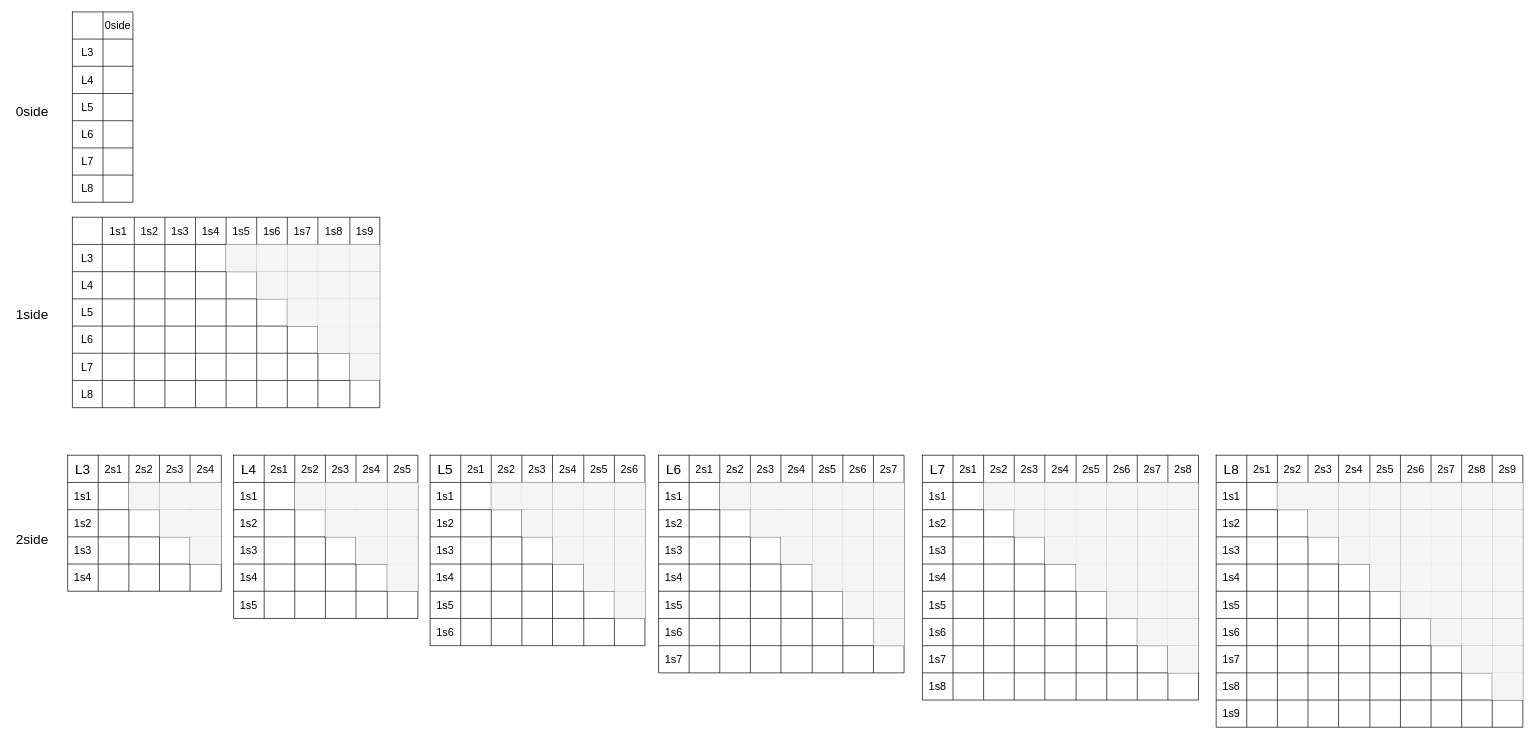
Earlier version of the draw.io diagram page "012side" (1 of 7) of Drawio/doc3d/觀察 I_to_M Pyr_Tcrop_size255_pad60_jit15 BCE.drawio (KongBOy/kong_model2). Source tidied: cells renumbered, new cells numbered last; positions are measured from the earlier drawing's top-left corner, leaving out a move shared by most shapes. Both pictures are drawn from the tidied source at 68%, with x=0, y=0 at pixel (12, 12).
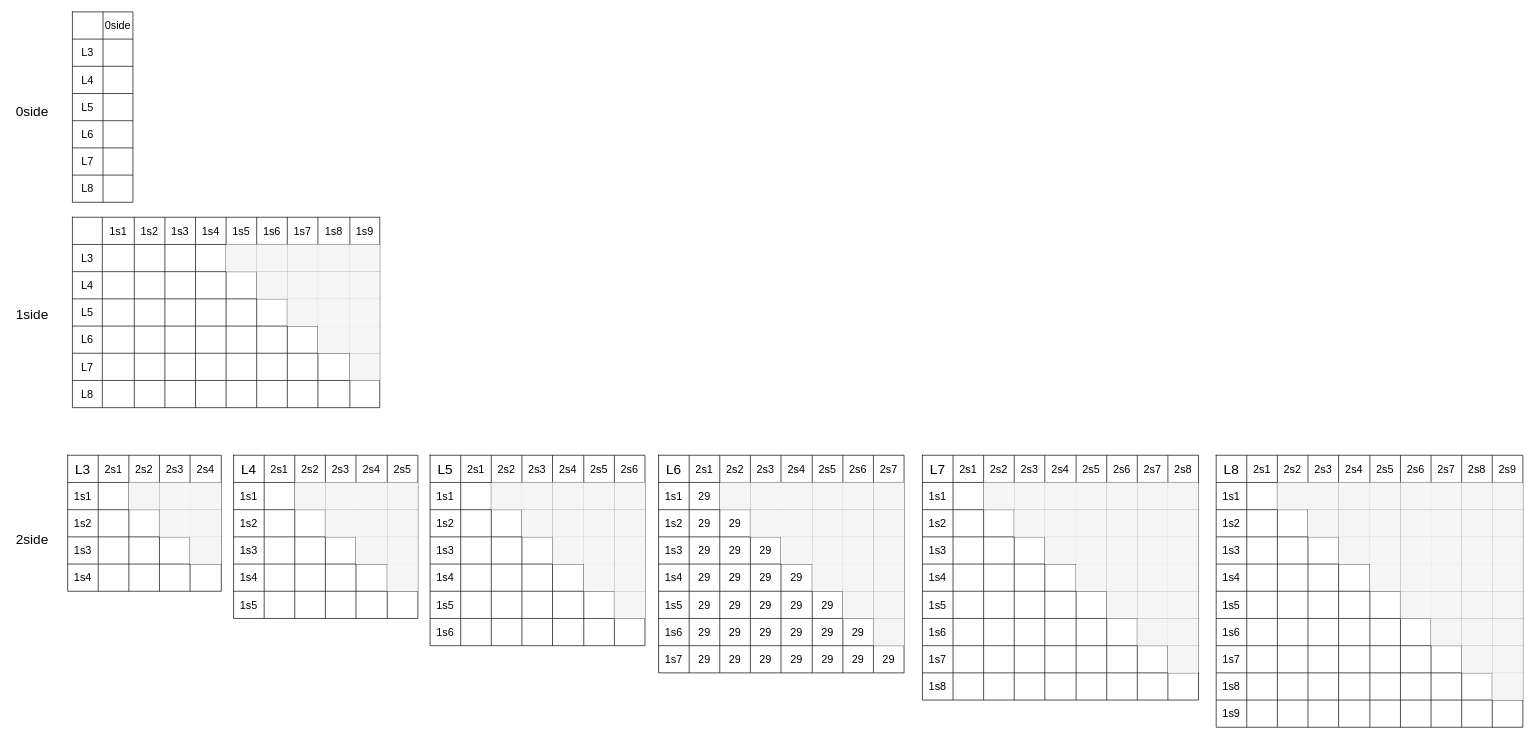
Above is the later version.

The change refers to these unchanged cells:
```xml
<mxCell id="317" style="shape=tableRow;horizontal=0;startSize=0;swimlaneHead=0;swimlaneBody=0;top=0;left=0;bottom=0;right=0;fillColor=none;" parent="307" vertex="1">
  <mxGeometry y="40" width="361" height="40" as="geometry" />
</mxCell>
<mxCell id="326" style="shape=tableRow;horizontal=0;startSize=0;swimlaneHead=0;swimlaneBody=0;top=0;left=0;bottom=0;right=0;fillColor=none;" parent="307" vertex="1">
  <mxGeometry y="80" width="361" height="40" as="geometry" />
</mxCell>
<mxCell id="335" style="shape=tableRow;horizontal=0;startSize=0;swimlaneHead=0;swimlaneBody=0;top=0;left=0;bottom=0;right=0;fillColor=none;" parent="307" vertex="1">
  <mxGeometry y="120" width="361" height="40" as="geometry" />
</mxCell>
<mxCell id="344" style="shape=tableRow;horizontal=0;startSize=0;swimlaneHead=0;swimlaneBody=0;top=0;left=0;bottom=0;right=0;fillColor=none;" parent="307" vertex="1">
  <mxGeometry y="160" width="361" height="40" as="geometry" />
</mxCell>
<mxCell id="353" style="shape=tableRow;horizontal=0;startSize=0;swimlaneHead=0;swimlaneBody=0;top=0;left=0;bottom=0;right=0;fillColor=none;" parent="307" vertex="1">
  <mxGeometry y="200" width="361" height="40" as="geometry" />
</mxCell>
<mxCell id="362" style="shape=tableRow;horizontal=0;startSize=0;swimlaneHead=0;swimlaneBody=0;top=0;left=0;bottom=0;right=0;fillColor=none;" parent="307" vertex="1">
  <mxGeometry y="240" width="361" height="40" as="geometry" />
</mxCell>
<mxCell id="371" style="shape=tableRow;horizontal=0;startSize=0;swimlaneHead=0;swimlaneBody=0;top=0;left=0;bottom=0;right=0;fillColor=none;" parent="307" vertex="1">
  <mxGeometry y="280" width="361" height="40" as="geometry" />
</mxCell>
```

Diff of the diagram source:
```diff
@@
-    <mxCell id="319" style="shape=partialRectangle;html=1;whiteSpace=wrap;overflow=hidden;fillColor=none;top=0;left=0;bottom=0;right=0;fontSize=16;" parent="317" vertex="1">
+    <mxCell id="319" value="29" style="shape=partialRectangle;html=1;whiteSpace=wrap;overflow=hidden;fillColor=none;top=0;left=0;bottom=0;right=0;fontSize=16;" parent="317" vertex="1">
       <mxGeometry x="45" width="45" height="40" as="geometry" />
     </mxCell>
@@
-    <mxCell id="328" style="shape=partialRectangle;html=1;whiteSpace=wrap;overflow=hidden;fillColor=none;top=0;left=0;bottom=0;right=0;fontSize=16;" parent="326" vertex="1">
+    <mxCell id="328" value="&lt;span&gt;29&lt;/span&gt;" style="shape=partialRectangle;html=1;whiteSpace=wrap;overflow=hidden;fillColor=none;top=0;left=0;bottom=0;right=0;fontSize=16;" parent="326" vertex="1">
       <mxGeometry x="45" width="45" height="40" as="geometry" />
     </mxCell>
-    <mxCell id="329" style="shape=partialRectangle;html=1;whiteSpace=wrap;overflow=hidden;fillColor=none;top=0;left=0;bottom=0;right=0;fontSize=16;" parent="326" vertex="1">
+    <mxCell id="329" value="&lt;span&gt;29&lt;/span&gt;" style="shape=partialRectangle;html=1;whiteSpace=wrap;overflow=hidden;fillColor=none;top=0;left=0;bottom=0;right=0;fontSize=16;" parent="326" vertex="1">
       <mxGeometry x="90" width="45" height="40" as="geometry" />
     </mxCell>
@@
-    <mxCell id="337" style="shape=partialRectangle;html=1;whiteSpace=wrap;overflow=hidden;fillColor=none;top=0;left=0;bottom=0;right=0;fontSize=16;" parent="335" vertex="1">
+    <mxCell id="337" value="&lt;span&gt;29&lt;/span&gt;" style="shape=partialRectangle;html=1;whiteSpace=wrap;overflow=hidden;fillColor=none;top=0;left=0;bottom=0;right=0;fontSize=16;" parent="335" vertex="1">
       <mxGeometry x="45" width="45" height="40" as="geometry" />
     </mxCell>
-    <mxCell id="338" style="shape=partialRectangle;html=1;whiteSpace=wrap;overflow=hidden;fillColor=none;top=0;left=0;bottom=0;right=0;fontSize=16;" parent="335" vertex="1">
+    <mxCell id="338" value="&lt;span&gt;29&lt;/span&gt;" style="shape=partialRectangle;html=1;whiteSpace=wrap;overflow=hidden;fillColor=none;top=0;left=0;bottom=0;right=0;fontSize=16;" parent="335" vertex="1">
       <mxGeometry x="90" width="45" height="40" as="geometry" />
     </mxCell>
-    <mxCell id="339" style="shape=partialRectangle;html=1;whiteSpace=wrap;overflow=hidden;fillColor=none;top=0;left=0;bottom=0;right=0;fontSize=16;" parent="335" vertex="1">
+    <mxCell id="339" value="&lt;span&gt;29&lt;/span&gt;" style="shape=partialRectangle;html=1;whiteSpace=wrap;overflow=hidden;fillColor=none;top=0;left=0;bottom=0;right=0;fontSize=16;" parent="335" vertex="1">
       <mxGeometry x="135" width="45" height="40" as="geometry" />
     </mxCell>
@@
-    <mxCell id="346" style="shape=partialRectangle;html=1;whiteSpace=wrap;overflow=hidden;fillColor=none;top=0;left=0;bottom=0;right=0;fontSize=16;" parent="344" vertex="1">
+    <mxCell id="346" value="&lt;span&gt;29&lt;/span&gt;" style="shape=partialRectangle;html=1;whiteSpace=wrap;overflow=hidden;fillColor=none;top=0;left=0;bottom=0;right=0;fontSize=16;" parent="344" vertex="1">
       <mxGeometry x="45" width="45" height="40" as="geometry" />
     </mxCell>
-    <mxCell id="347" style="shape=partialRectangle;html=1;whiteSpace=wrap;overflow=hidden;fillColor=none;top=0;left=0;bottom=0;right=0;fontSize=16;" parent="344" vertex="1">
+    <mxCell id="347" value="&lt;span&gt;29&lt;/span&gt;" style="shape=partialRectangle;html=1;whiteSpace=wrap;overflow=hidden;fillColor=none;top=0;left=0;bottom=0;right=0;fontSize=16;" parent="344" vertex="1">
       <mxGeometry x="90" width="45" height="40" as="geometry" />
     </mxCell>
-    <mxCell id="348" style="shape=partialRectangle;html=1;whiteSpace=wrap;overflow=hidden;fillColor=none;top=0;left=0;bottom=0;right=0;fontSize=16;" parent="344" vertex="1">
+    <mxCell id="348" value="&lt;span&gt;29&lt;/span&gt;" style="shape=partialRectangle;html=1;whiteSpace=wrap;overflow=hidden;fillColor=none;top=0;left=0;bottom=0;right=0;fontSize=16;" parent="344" vertex="1">
       <mxGeometry x="135" width="45" height="40" as="geometry" />
     </mxCell>
-    <mxCell id="349" style="shape=partialRectangle;html=1;whiteSpace=wrap;overflow=hidden;fillColor=none;top=0;left=0;bottom=0;right=0;fontSize=16;" parent="344" vertex="1">
+    <mxCell id="349" value="&lt;span&gt;29&lt;/span&gt;" style="shape=partialRectangle;html=1;whiteSpace=wrap;overflow=hidden;fillColor=none;top=0;left=0;bottom=0;right=0;fontSize=16;" parent="344" vertex="1">
       <mxGeometry x="180" width="46" height="40" as="geometry" />
     </mxCell>
@@
-    <mxCell id="355" style="shape=partialRectangle;html=1;whiteSpace=wrap;overflow=hidden;fillColor=none;top=0;left=0;bottom=0;right=0;fontSize=16;" parent="353" vertex="1">
+    <mxCell id="355" value="&lt;span&gt;29&lt;/span&gt;" style="shape=partialRectangle;html=1;whiteSpace=wrap;overflow=hidden;fillColor=none;top=0;left=0;bottom=0;right=0;fontSize=16;" parent="353" vertex="1">
       <mxGeometry x="45" width="45" height="40" as="geometry" />
     </mxCell>
-    <mxCell id="356" style="shape=partialRectangle;html=1;whiteSpace=wrap;overflow=hidden;fillColor=none;top=0;left=0;bottom=0;right=0;fontSize=16;" parent="353" vertex="1">
+    <mxCell id="356" value="&lt;span&gt;29&lt;/span&gt;" style="shape=partialRectangle;html=1;whiteSpace=wrap;overflow=hidden;fillColor=none;top=0;left=0;bottom=0;right=0;fontSize=16;" parent="353" vertex="1">
       <mxGeometry x="90" width="45" height="40" as="geometry" />
     </mxCell>
-    <mxCell id="357" style="shape=partialRectangle;html=1;whiteSpace=wrap;overflow=hidden;fillColor=none;top=0;left=0;bottom=0;right=0;fontSize=16;" parent="353" vertex="1">
+    <mxCell id="357" value="&lt;span&gt;29&lt;/span&gt;" style="shape=partialRectangle;html=1;whiteSpace=wrap;overflow=hidden;fillColor=none;top=0;left=0;bottom=0;right=0;fontSize=16;" parent="353" vertex="1">
       <mxGeometry x="135" width="45" height="40" as="geometry" />
     </mxCell>
-    <mxCell id="358" style="shape=partialRectangle;html=1;whiteSpace=wrap;overflow=hidden;fillColor=none;top=0;left=0;bottom=0;right=0;fontSize=16;" parent="353" vertex="1">
+    <mxCell id="358" value="&lt;span&gt;29&lt;/span&gt;" style="shape=partialRectangle;html=1;whiteSpace=wrap;overflow=hidden;fillColor=none;top=0;left=0;bottom=0;right=0;fontSize=16;" parent="353" vertex="1">
       <mxGeometry x="180" width="46" height="40" as="geometry" />
     </mxCell>
-    <mxCell id="359" style="shape=partialRectangle;html=1;whiteSpace=wrap;overflow=hidden;fillColor=none;top=0;left=0;bottom=0;right=0;fontSize=16;" parent="353" vertex="1">
+    <mxCell id="359" value="&lt;span&gt;29&lt;/span&gt;" style="shape=partialRectangle;html=1;whiteSpace=wrap;overflow=hidden;fillColor=none;top=0;left=0;bottom=0;right=0;fontSize=16;" parent="353" vertex="1">
       <mxGeometry x="226" width="45" height="40" as="geometry" />
     </mxCell>
@@
-    <mxCell id="364" style="shape=partialRectangle;html=1;whiteSpace=wrap;overflow=hidden;fillColor=none;top=0;left=0;bottom=0;right=0;fontSize=16;" parent="362" vertex="1">
+    <mxCell id="364" value="&lt;span&gt;29&lt;/span&gt;" style="shape=partialRectangle;html=1;whiteSpace=wrap;overflow=hidden;fillColor=none;top=0;left=0;bottom=0;right=0;fontSize=16;" parent="362" vertex="1">
       <mxGeometry x="45" width="45" height="40" as="geometry" />
     </mxCell>
-    <mxCell id="365" style="shape=partialRectangle;html=1;whiteSpace=wrap;overflow=hidden;fillColor=none;top=0;left=0;bottom=0;right=0;fontSize=16;" parent="362" vertex="1">
+    <mxCell id="365" value="&lt;span&gt;29&lt;/span&gt;" style="shape=partialRectangle;html=1;whiteSpace=wrap;overflow=hidden;fillColor=none;top=0;left=0;bottom=0;right=0;fontSize=16;" parent="362" vertex="1">
       <mxGeometry x="90" width="45" height="40" as="geometry" />
     </mxCell>
-    <mxCell id="366" style="shape=partialRectangle;html=1;whiteSpace=wrap;overflow=hidden;fillColor=none;top=0;left=0;bottom=0;right=0;fontSize=16;" parent="362" vertex="1">
+    <mxCell id="366" value="&lt;span&gt;29&lt;/span&gt;" style="shape=partialRectangle;html=1;whiteSpace=wrap;overflow=hidden;fillColor=none;top=0;left=0;bottom=0;right=0;fontSize=16;" parent="362" vertex="1">
       <mxGeometry x="135" width="45" height="40" as="geometry" />
     </mxCell>
-    <mxCell id="367" style="shape=partialRectangle;html=1;whiteSpace=wrap;overflow=hidden;fillColor=none;top=0;left=0;bottom=0;right=0;fontSize=16;" parent="362" vertex="1">
+    <mxCell id="367" value="&lt;span&gt;29&lt;/span&gt;" style="shape=partialRectangle;html=1;whiteSpace=wrap;overflow=hidden;fillColor=none;top=0;left=0;bottom=0;right=0;fontSize=16;" parent="362" vertex="1">
       <mxGeometry x="180" width="46" height="40" as="geometry" />
     </mxCell>
-    <mxCell id="368" style="shape=partialRectangle;html=1;whiteSpace=wrap;overflow=hidden;fillColor=none;top=0;left=0;bottom=0;right=0;fontSize=16;" parent="362" vertex="1">
+    <mxCell id="368" value="&lt;span&gt;29&lt;/span&gt;" style="shape=partialRectangle;html=1;whiteSpace=wrap;overflow=hidden;fillColor=none;top=0;left=0;bottom=0;right=0;fontSize=16;" parent="362" vertex="1">
       <mxGeometry x="226" width="45" height="40" as="geometry" />
     </mxCell>
-    <mxCell id="369" style="shape=partialRectangle;html=1;whiteSpace=wrap;overflow=hidden;fillColor=none;top=0;left=0;bottom=0;right=0;fontSize=16;" parent="362" vertex="1">
+    <mxCell id="369" value="&lt;span&gt;29&lt;/span&gt;" style="shape=partialRectangle;html=1;whiteSpace=wrap;overflow=hidden;fillColor=none;top=0;left=0;bottom=0;right=0;fontSize=16;" parent="362" vertex="1">
       <mxGeometry x="271" width="45" height="40" as="geometry" />
     </mxCell>
@@
-    <mxCell id="373" style="shape=partialRectangle;html=1;whiteSpace=wrap;overflow=hidden;fillColor=none;top=0;left=0;bottom=0;right=0;fontSize=16;" parent="371" vertex="1">
+    <mxCell id="373" value="&lt;span&gt;29&lt;/span&gt;" style="shape=partialRectangle;html=1;whiteSpace=wrap;overflow=hidden;fillColor=none;top=0;left=0;bottom=0;right=0;fontSize=16;" parent="371" vertex="1">
       <mxGeometry x="45" width="45" height="40" as="geometry" />
     </mxCell>
-    <mxCell id="374" style="shape=partialRectangle;html=1;whiteSpace=wrap;overflow=hidden;fillColor=none;top=0;left=0;bottom=0;right=0;fontSize=16;" parent="371" vertex="1">
+    <mxCell id="374" value="&lt;span&gt;29&lt;/span&gt;" style="shape=partialRectangle;html=1;whiteSpace=wrap;overflow=hidden;fillColor=none;top=0;left=0;bottom=0;right=0;fontSize=16;" parent="371" vertex="1">
       <mxGeometry x="90" width="45" height="40" as="geometry" />
     </mxCell>
-    <mxCell id="375" style="shape=partialRectangle;html=1;whiteSpace=wrap;overflow=hidden;fillColor=none;top=0;left=0;bottom=0;right=0;fontSize=16;" parent="371" vertex="1">
+    <mxCell id="375" value="&lt;span&gt;29&lt;/span&gt;" style="shape=partialRectangle;html=1;whiteSpace=wrap;overflow=hidden;fillColor=none;top=0;left=0;bottom=0;right=0;fontSize=16;" parent="371" vertex="1">
       <mxGeometry x="135" width="45" height="40" as="geometry" />
     </mxCell>
-    <mxCell id="376" style="shape=partialRectangle;html=1;whiteSpace=wrap;overflow=hidden;fillColor=none;top=0;left=0;bottom=0;right=0;fontSize=16;" parent="371" vertex="1">
+    <mxCell id="376" value="&lt;span&gt;29&lt;/span&gt;" style="shape=partialRectangle;html=1;whiteSpace=wrap;overflow=hidden;fillColor=none;top=0;left=0;bottom=0;right=0;fontSize=16;" parent="371" vertex="1">
       <mxGeometry x="180" width="46" height="40" as="geometry" />
     </mxCell>
-    <mxCell id="377" style="shape=partialRectangle;html=1;whiteSpace=wrap;overflow=hidden;fillColor=none;top=0;left=0;bottom=0;right=0;fontSize=16;" parent="371" vertex="1">
+    <mxCell id="377" value="&lt;span&gt;29&lt;/span&gt;" style="shape=partialRectangle;html=1;whiteSpace=wrap;overflow=hidden;fillColor=none;top=0;left=0;bottom=0;right=0;fontSize=16;" parent="371" vertex="1">
       <mxGeometry x="226" width="45" height="40" as="geometry" />
     </mxCell>
-    <mxCell id="378" style="shape=partialRectangle;html=1;whiteSpace=wrap;overflow=hidden;fillColor=none;top=0;left=0;bottom=0;right=0;fontSize=16;" parent="371" vertex="1">
+    <mxCell id="378" value="&lt;span&gt;29&lt;/span&gt;" style="shape=partialRectangle;html=1;whiteSpace=wrap;overflow=hidden;fillColor=none;top=0;left=0;bottom=0;right=0;fontSize=16;" parent="371" vertex="1">
       <mxGeometry x="271" width="45" height="40" as="geometry" />
     </mxCell>
-    <mxCell id="379" style="shape=partialRectangle;html=1;whiteSpace=wrap;overflow=hidden;fillColor=none;top=0;left=0;bottom=0;right=0;fontSize=16;" parent="371" vertex="1">
+    <mxCell id="379" value="&lt;span&gt;29&lt;/span&gt;" style="shape=partialRectangle;html=1;whiteSpace=wrap;overflow=hidden;fillColor=none;top=0;left=0;bottom=0;right=0;fontSize=16;" parent="371" vertex="1">
       <mxGeometry x="316" width="45" height="40" as="geometry" />
     </mxCell>
```
